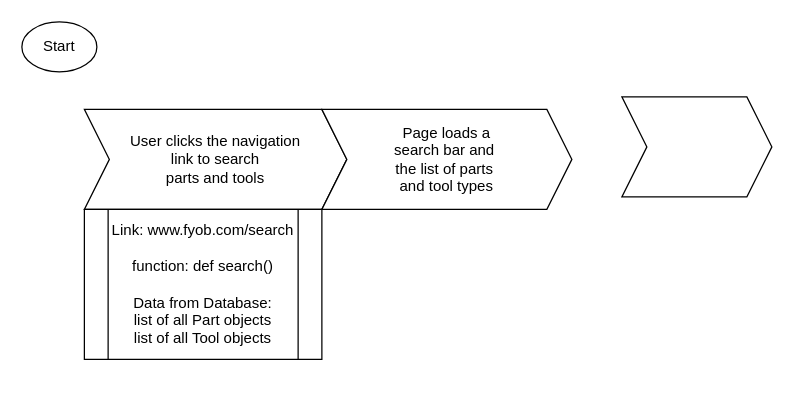
This is ListPartsAndTools.drawio from kodeschreiber/ITIS4155, a draw.io file, before an edit. Source tidied: cells renumbered, new cells numbered last; positions are measured from the earlier drawing's top-left corner, leaving out a move shared by most shapes. Both pictures are drawn from the tidied source at 125%, with x=0, y=0 at pixel (21, 21).
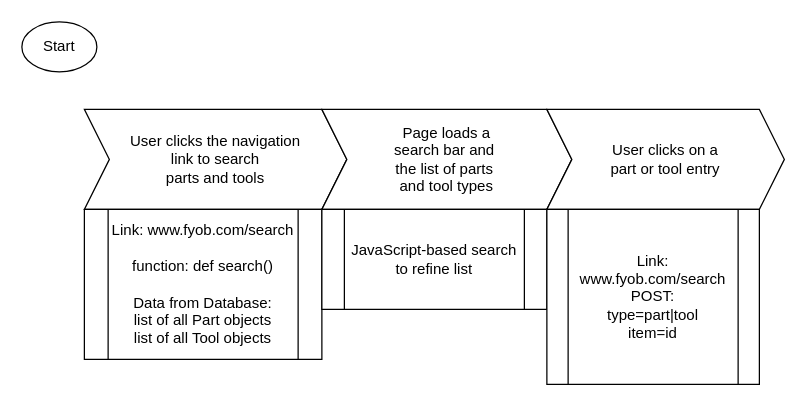
The same diagram, later.

Change to the diagram source:
```diff
@@
 <mxGraphModel>
   <root>
     <mxCell id="0" />
     <mxCell id="1" parent="0" />
     <mxCell id="2" value="Start" style="ellipse;whiteSpace=wrap;html=1;" parent="1" vertex="1">
       <mxGeometry width="60" height="40" as="geometry" />
     </mxCell>
     <mxCell id="3" value="User clicks the navigation &lt;br&gt;link to search &lt;br&gt;parts&amp;nbsp;and tools" style="shape=step;perimeter=stepPerimeter;whiteSpace=wrap;html=1;fixedSize=1;" parent="1" vertex="1">
       <mxGeometry x="50" y="70" width="210" height="80" as="geometry" />
     </mxCell>
     <mxCell id="4" value="Page loads a&lt;br&gt;search bar and&amp;nbsp;&lt;br&gt;the list of parts&amp;nbsp;&lt;br&gt;and tool types&lt;br&gt;" style="shape=step;perimeter=stepPerimeter;whiteSpace=wrap;html=1;fixedSize=1;" parent="1" vertex="1">
       <mxGeometry x="240" y="70" width="200" height="80" as="geometry" />
     </mxCell>
-    <mxCell id="5" style="shape=step;perimeter=stepPerimeter;whiteSpace=wrap;html=1;fixedSize=1;" parent="1" vertex="1">
-      <mxGeometry x="480" y="60" width="120" height="80" as="geometry" />
+    <mxCell id="5" value="User clicks on a &lt;br&gt;part or tool entry" style="shape=step;perimeter=stepPerimeter;whiteSpace=wrap;html=1;fixedSize=1;" parent="1" vertex="1">
+      <mxGeometry x="420" y="70" width="190" height="80" as="geometry" />
     </mxCell>
     <mxCell id="6" value="Link: www.fyob.com/search&lt;br&gt;&lt;br&gt;function: def search()&lt;br&gt;&lt;br&gt;Data from Database:&lt;br&gt;list of all Part objects&lt;br&gt;list of all Tool objects&lt;br&gt;" style="shape=process;whiteSpace=wrap;html=1;backgroundOutline=1;" parent="1" vertex="1">
       <mxGeometry x="50" y="150" width="190" height="120" as="geometry" />
     </mxCell>
+    <mxCell id="7" value="JavaScript-based search&lt;br&gt;to refine list&lt;br&gt;" style="shape=process;whiteSpace=wrap;html=1;backgroundOutline=1;" parent="1" vertex="1">
+      <mxGeometry x="240" y="150" width="180" height="80" as="geometry" />
+    </mxCell>
+    <mxCell id="8" value="Link: www.fyob.com/search&lt;br&gt;POST: &lt;br&gt;type=part|tool&lt;br&gt;item=id&lt;br&gt;" style="shape=process;whiteSpace=wrap;html=1;backgroundOutline=1;" parent="1" vertex="1">
+      <mxGeometry x="420" y="150" width="170" height="140" as="geometry" />
+    </mxCell>
   </root>
 </mxGraphModel>
```
